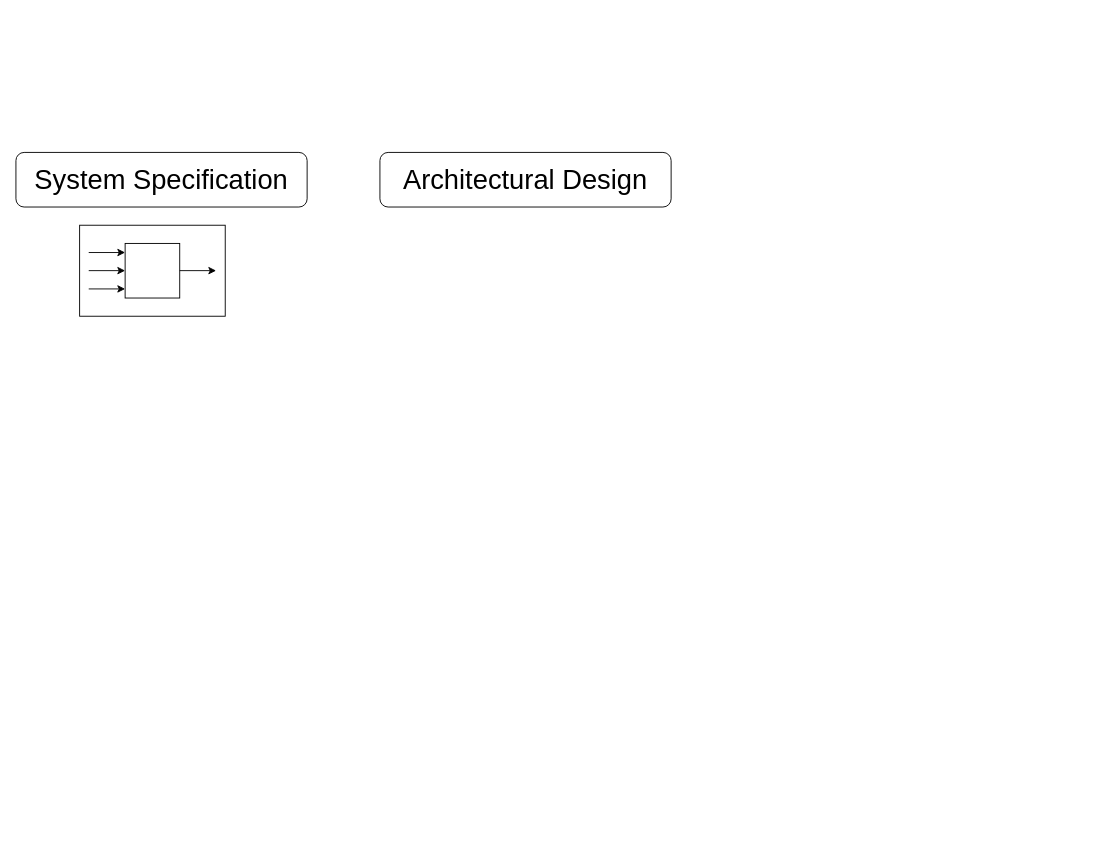
This is VLSI Design Flow.drawio from T-Maharshi-Sanand-Yadav/draw.io, a draw.io file, before an edit. Source tidied: cells renumbered, new cells numbered last; positions are measured from the earlier drawing's top-left corner, leaving out a move shared by most shapes. Both pictures are drawn from the tidied source at 91%, with x=0, y=0 at pixel (15, 152). Pictures stored in the file or linked from it are replaced by grey dashed boxes.
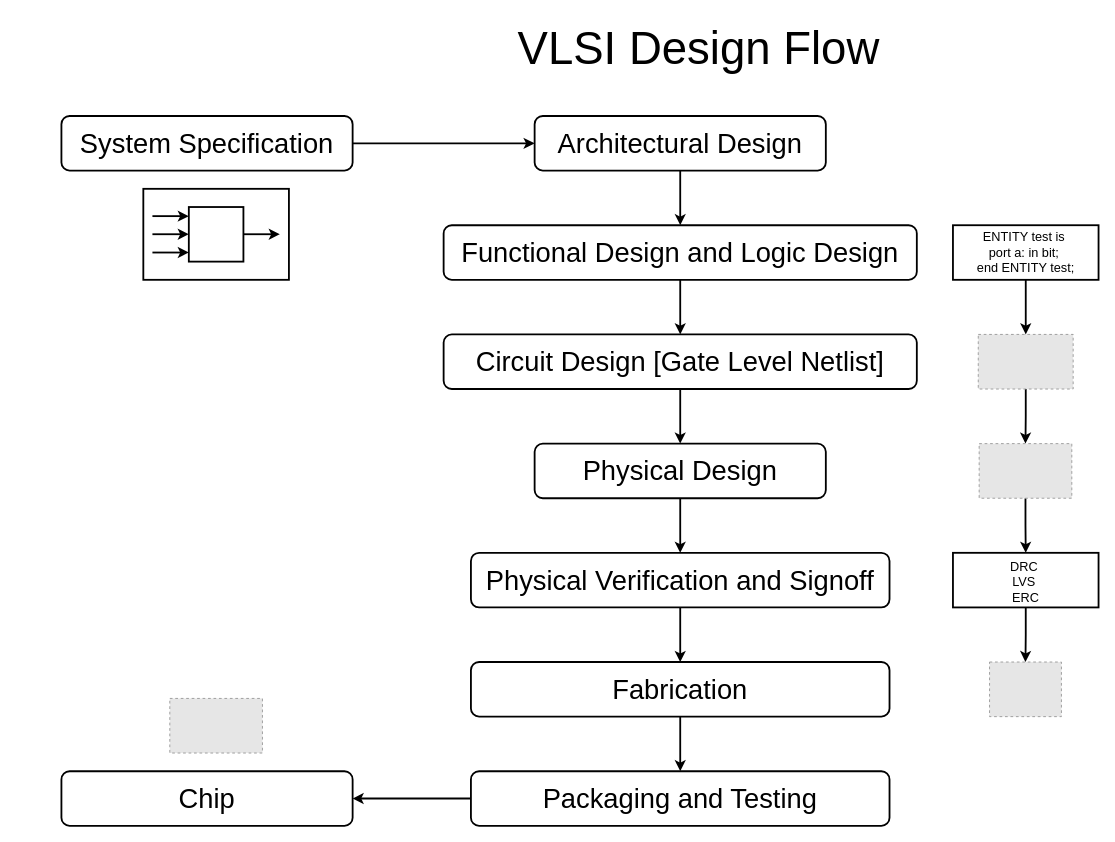
The same diagram, later.

Diff of the diagram source:
```diff
@@
+    <mxCell id="10" style="edgeStyle=orthogonalEdgeStyle;rounded=0;jettySize=auto;html=1;entryX=0;entryY=0.5;entryDx=0;entryDy=0;strokeWidth=2;" parent="1" edge="1" source="2" target="3">
+      <mxGeometry relative="1" as="geometry" />
+    </mxCell>
-    <mxCell id="2" value="System Specification" style="rounded=1;whiteSpace=wrap;html=1;fontSize=30;" parent="1" vertex="1">
-      <mxGeometry width="320" height="60" as="geometry" />
+    <mxCell id="2" value="System Specification" style="rounded=1;whiteSpace=wrap;html=1;fontSize=30;strokeWidth=2;" parent="1" vertex="1">
+      <mxGeometry x="50" y="-40" width="320" height="60" as="geometry" />
     </mxCell>
+    <mxCell id="11" style="edgeStyle=orthogonalEdgeStyle;rounded=0;jettySize=auto;html=1;strokeWidth=2;" parent="1" edge="1" source="3" target="13">
+      <mxGeometry relative="1" as="geometry" />
+    </mxCell>
-    <mxCell id="3" value="Architectural Design" style="rounded=1;whiteSpace=wrap;html=1;fontSize=30;" parent="1" vertex="1">
-      <mxGeometry x="400" width="320" height="60" as="geometry" />
+    <mxCell id="3" value="Architectural Design" style="rounded=1;whiteSpace=wrap;html=1;fontSize=30;strokeWidth=2;" parent="1" vertex="1">
+      <mxGeometry x="570" y="-40" width="320" height="60" as="geometry" />
     </mxCell>
-    <mxCell id="4" style="rounded=0;whiteSpace=wrap;html=1;" parent="1" vertex="1">
-      <mxGeometry x="70" y="80" width="160" height="100" as="geometry" />
+    <mxCell id="4" style="rounded=0;whiteSpace=wrap;html=1;strokeWidth=2;" parent="1" vertex="1">
+      <mxGeometry x="140" y="40" width="160" height="100" as="geometry" />
     </mxCell>
-    <mxCell id="5" style="rounded=0;whiteSpace=wrap;html=1;" parent="1" vertex="1">
-      <mxGeometry x="120" y="100" width="60" height="60" as="geometry" />
+    <mxCell id="5" style="rounded=0;whiteSpace=wrap;html=1;strokeWidth=2;" parent="1" vertex="1">
+      <mxGeometry x="190" y="60" width="60" height="60" as="geometry" />
     </mxCell>
-    <mxCell id="6" style="endArrow=classic;html=1;rounded=0;" parent="1" edge="1">
+    <mxCell id="6" style="endArrow=classic;html=1;rounded=0;strokeWidth=2;" parent="1" edge="1">
       <mxGeometry relative="1" as="geometry">
-        <mxPoint x="80" y="110" as="sourcePoint" />
-        <mxPoint x="120" y="110" as="targetPoint" />
+        <mxPoint x="150" y="70" as="sourcePoint" />
+        <mxPoint x="190" y="70" as="targetPoint" />
       </mxGeometry>
     </mxCell>
-    <mxCell id="7" style="endArrow=classic;html=1;rounded=0;" parent="1" edge="1">
+    <mxCell id="7" style="endArrow=classic;html=1;rounded=0;strokeWidth=2;" parent="1" edge="1">
       <mxGeometry relative="1" as="geometry">
-        <mxPoint x="80" y="129.9" as="sourcePoint" />
-        <mxPoint x="120" y="129.9" as="targetPoint" />
+        <mxPoint x="150" y="89.9" as="sourcePoint" />
+        <mxPoint x="190" y="89.9" as="targetPoint" />
       </mxGeometry>
     </mxCell>
-    <mxCell id="8" style="endArrow=classic;html=1;rounded=0;" parent="1" edge="1">
+    <mxCell id="8" style="endArrow=classic;html=1;rounded=0;strokeWidth=2;" parent="1" edge="1">
       <mxGeometry relative="1" as="geometry">
-        <mxPoint x="80" y="150" as="sourcePoint" />
-        <mxPoint x="120" y="150" as="targetPoint" />
+        <mxPoint x="150" y="110" as="sourcePoint" />
+        <mxPoint x="190" y="110" as="targetPoint" />
       </mxGeometry>
     </mxCell>
-    <mxCell id="9" style="endArrow=classic;html=1;rounded=0;" parent="1" edge="1">
+    <mxCell id="9" style="endArrow=classic;html=1;rounded=0;strokeWidth=2;" parent="1" edge="1">
       <mxGeometry relative="1" as="geometry">
-        <mxPoint x="180" y="129.9" as="sourcePoint" />
-        <mxPoint x="220" y="129.9" as="targetPoint" />
+        <mxPoint x="250" y="89.9" as="sourcePoint" />
+        <mxPoint x="290" y="89.9" as="targetPoint" />
       </mxGeometry>
     </mxCell>
+    <mxCell id="12" style="edgeStyle=orthogonalEdgeStyle;rounded=0;jettySize=auto;html=1;strokeWidth=2;" parent="1" edge="1" source="13" target="15">
+      <mxGeometry relative="1" as="geometry" />
+    </mxCell>
+    <mxCell id="13" value="Functional Design and Logic Design" style="rounded=1;whiteSpace=wrap;html=1;fontSize=30;strokeWidth=2;" parent="1" vertex="1">
+      <mxGeometry x="470" y="80" width="520" height="60" as="geometry" />
+    </mxCell>
+    <mxCell id="14" style="edgeStyle=orthogonalEdgeStyle;rounded=0;jettySize=auto;html=1;strokeWidth=2;" parent="1" edge="1" source="15" target="21">
+      <mxGeometry relative="1" as="geometry" />
+    </mxCell>
+    <mxCell id="15" value="Circuit Design [Gate Level Netlist]" style="rounded=1;whiteSpace=wrap;html=1;fontSize=30;strokeWidth=2;" parent="1" vertex="1">
+      <mxGeometry x="470" y="200" width="520" height="60" as="geometry" />
+    </mxCell>
+    <mxCell id="16" style="edgeStyle=orthogonalEdgeStyle;rounded=0;jettySize=auto;html=1;strokeWidth=2;" parent="1" edge="1" source="17" target="23">
+      <mxGeometry relative="1" as="geometry" />
+    </mxCell>
+    <mxCell id="17" style="fillColor=#E6E6E6;strokeColor=#999999;dashed=1;verticalLabelPosition=bottom;labelBackgroundColor=default;verticalAlign=top;" parent="1" vertex="1">
+      <mxGeometry x="1057.5" y="200" width="104.3" height="60" as="geometry" />
+    </mxCell>
+    <mxCell id="18" style="edgeStyle=orthogonalEdgeStyle;rounded=0;jettySize=auto;html=1;strokeWidth=2;" parent="1" edge="1" source="19" target="17">
+      <mxGeometry relative="1" as="geometry" />
+    </mxCell>
+    <mxCell id="19" value="&lt;span style=&quot;text-wrap-mode: nowrap;&quot;&gt;ENTITY test is&amp;nbsp;&lt;/span&gt;&lt;div style=&quot;text-wrap-mode: nowrap;&quot;&gt;port a: in bit;&amp;nbsp;&lt;/div&gt;&lt;div style=&quot;text-wrap-mode: nowrap;&quot;&gt;end ENTITY test;&lt;/div&gt;" style="rounded=0;whiteSpace=wrap;html=1;strokeWidth=2;fontSize=14;" parent="1" vertex="1">
+      <mxGeometry x="1029.7" y="80" width="160" height="60" as="geometry" />
+    </mxCell>
+    <mxCell id="20" style="edgeStyle=orthogonalEdgeStyle;rounded=0;jettySize=auto;html=1;strokeWidth=2;" parent="1" edge="1" source="21" target="25">
+      <mxGeometry relative="1" as="geometry" />
+    </mxCell>
+    <mxCell id="21" value="Physical Design" style="rounded=1;whiteSpace=wrap;html=1;fontSize=30;strokeWidth=2;" parent="1" vertex="1">
+      <mxGeometry x="570" y="320" width="320" height="60" as="geometry" />
+    </mxCell>
+    <mxCell id="22" style="edgeStyle=orthogonalEdgeStyle;rounded=0;jettySize=auto;html=1;strokeWidth=2;" parent="1" edge="1" source="23" target="27">
+      <mxGeometry relative="1" as="geometry" />
+    </mxCell>
+    <mxCell id="23" style="fillColor=#E6E6E6;strokeColor=#999999;dashed=1;verticalLabelPosition=bottom;labelBackgroundColor=default;verticalAlign=top;" parent="1" vertex="1">
+      <mxGeometry x="1058.5" y="320" width="101.8" height="60" as="geometry" />
+    </mxCell>
+    <mxCell id="24" style="edgeStyle=orthogonalEdgeStyle;rounded=0;jettySize=auto;html=1;strokeWidth=2;" parent="1" edge="1" source="25" target="29">
+      <mxGeometry relative="1" as="geometry" />
+    </mxCell>
+    <mxCell id="25" value="Physical Verification and Signoff" style="rounded=1;whiteSpace=wrap;html=1;fontSize=30;strokeWidth=2;" parent="1" vertex="1">
+      <mxGeometry x="500" y="440" width="460" height="60" as="geometry" />
+    </mxCell>
+    <mxCell id="26" style="edgeStyle=orthogonalEdgeStyle;rounded=0;jettySize=auto;html=1;strokeWidth=2;" parent="1" edge="1" source="27" target="32">
+      <mxGeometry relative="1" as="geometry" />
+    </mxCell>
+    <mxCell id="27" value="DRC&amp;nbsp;&lt;div&gt;LVS&amp;nbsp;&lt;/div&gt;&lt;div&gt;ERC&lt;/div&gt;" style="whiteSpace=wrap;html=1;verticalAlign=top;labelBackgroundColor=default;strokeWidth=2;fontSize=14;" parent="1" vertex="1">
+      <mxGeometry x="1029.7" y="440" width="160" height="60" as="geometry" />
+    </mxCell>
+    <mxCell id="28" style="edgeStyle=orthogonalEdgeStyle;rounded=0;jettySize=auto;html=1;strokeWidth=2;" parent="1" edge="1" source="29" target="31">
+      <mxGeometry relative="1" as="geometry" />
+    </mxCell>
+    <mxCell id="29" value="Fabrication" style="rounded=1;whiteSpace=wrap;html=1;fontSize=30;strokeWidth=2;" parent="1" vertex="1">
+      <mxGeometry x="500" y="560" width="460" height="60" as="geometry" />
+    </mxCell>
+    <mxCell id="30" style="edgeStyle=orthogonalEdgeStyle;rounded=0;jettySize=auto;html=1;strokeWidth=2;" parent="1" edge="1" source="31" target="33">
+      <mxGeometry relative="1" as="geometry" />
+    </mxCell>
+    <mxCell id="31" value="Packaging and Testing" style="rounded=1;whiteSpace=wrap;html=1;fontSize=30;strokeWidth=2;" parent="1" vertex="1">
+      <mxGeometry x="500" y="680" width="460" height="60" as="geometry" />
+    </mxCell>
+    <mxCell id="32" style="fillColor=#E6E6E6;strokeColor=#999999;dashed=1;verticalLabelPosition=bottom;labelBackgroundColor=default;verticalAlign=top;" parent="1" vertex="1">
+      <mxGeometry x="1069.9" y="560" width="79" height="60" as="geometry" />
+    </mxCell>
+    <mxCell id="33" value="Chip" style="rounded=1;whiteSpace=wrap;html=1;fontSize=30;strokeWidth=2;" parent="1" vertex="1">
+      <mxGeometry x="50" y="680" width="320" height="60" as="geometry" />
+    </mxCell>
+    <mxCell id="34" style="fillColor=#E6E6E6;strokeColor=#999999;dashed=1;verticalLabelPosition=bottom;labelBackgroundColor=default;verticalAlign=top;" parent="1" vertex="1">
+      <mxGeometry x="169.1" y="600" width="101.8" height="60" as="geometry" />
+    </mxCell>
+    <mxCell id="35" value="VLSI Design Flow" style="text;html=1;align=center;verticalAlign=middle;strokeColor=none;fillColor=none;fontSize=50;" parent="1" vertex="1">
+      <mxGeometry x="540" y="-150" width="420" height="70" as="geometry" />
+    </mxCell>
```
